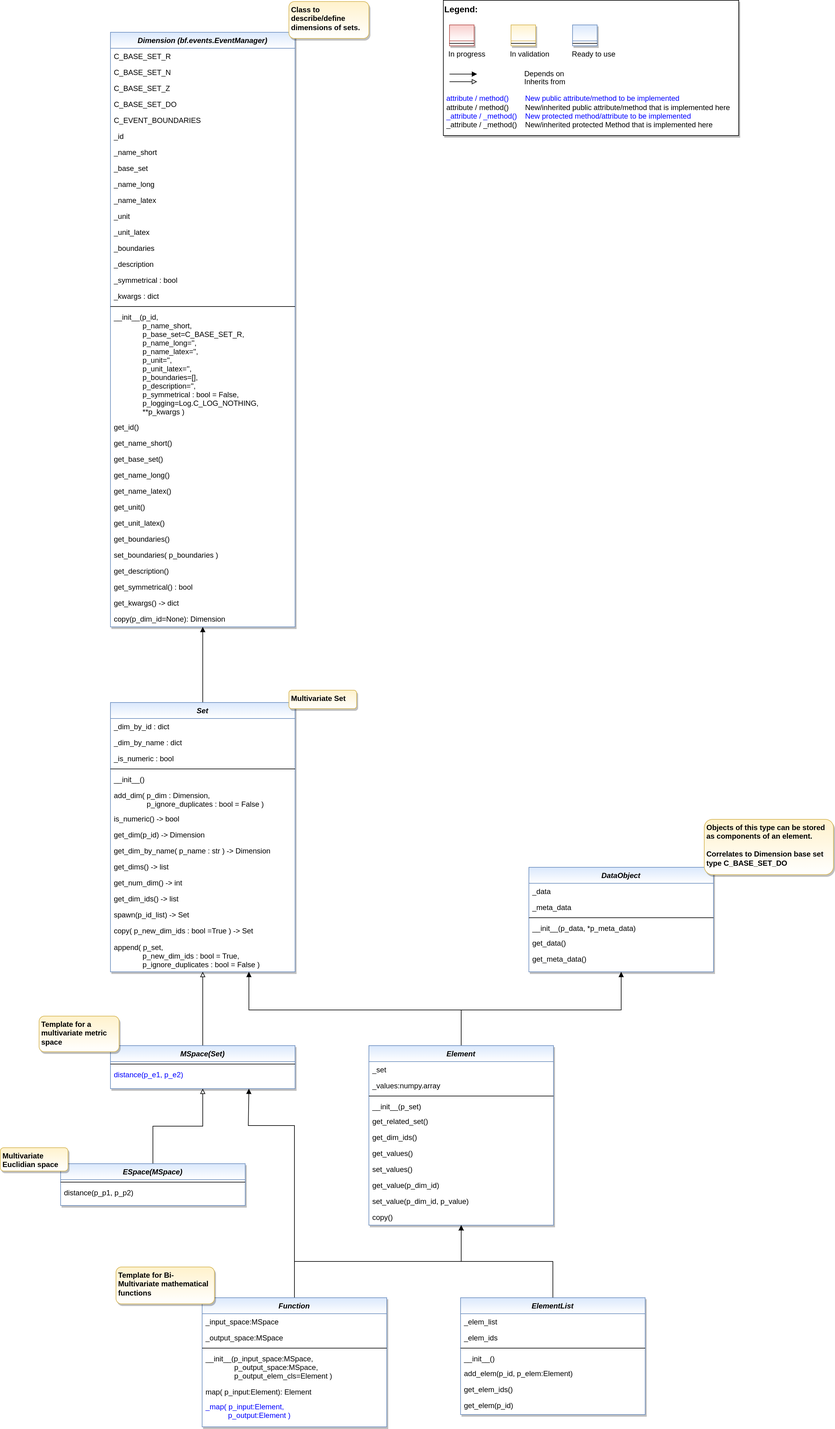
The draw.io diagram doc/rtd/content/04_appendices/appendix2/sub/core/mlpro_bf/layer2_mathematics/images/MLPro-BF-Math_class_diagram.drawio.png in fhswf/MLPro, before a commit. Source tidied: cells renumbered, new cells last; positions are measured from the earlier drawing's top-left corner, leaving out a move shared by most shapes.
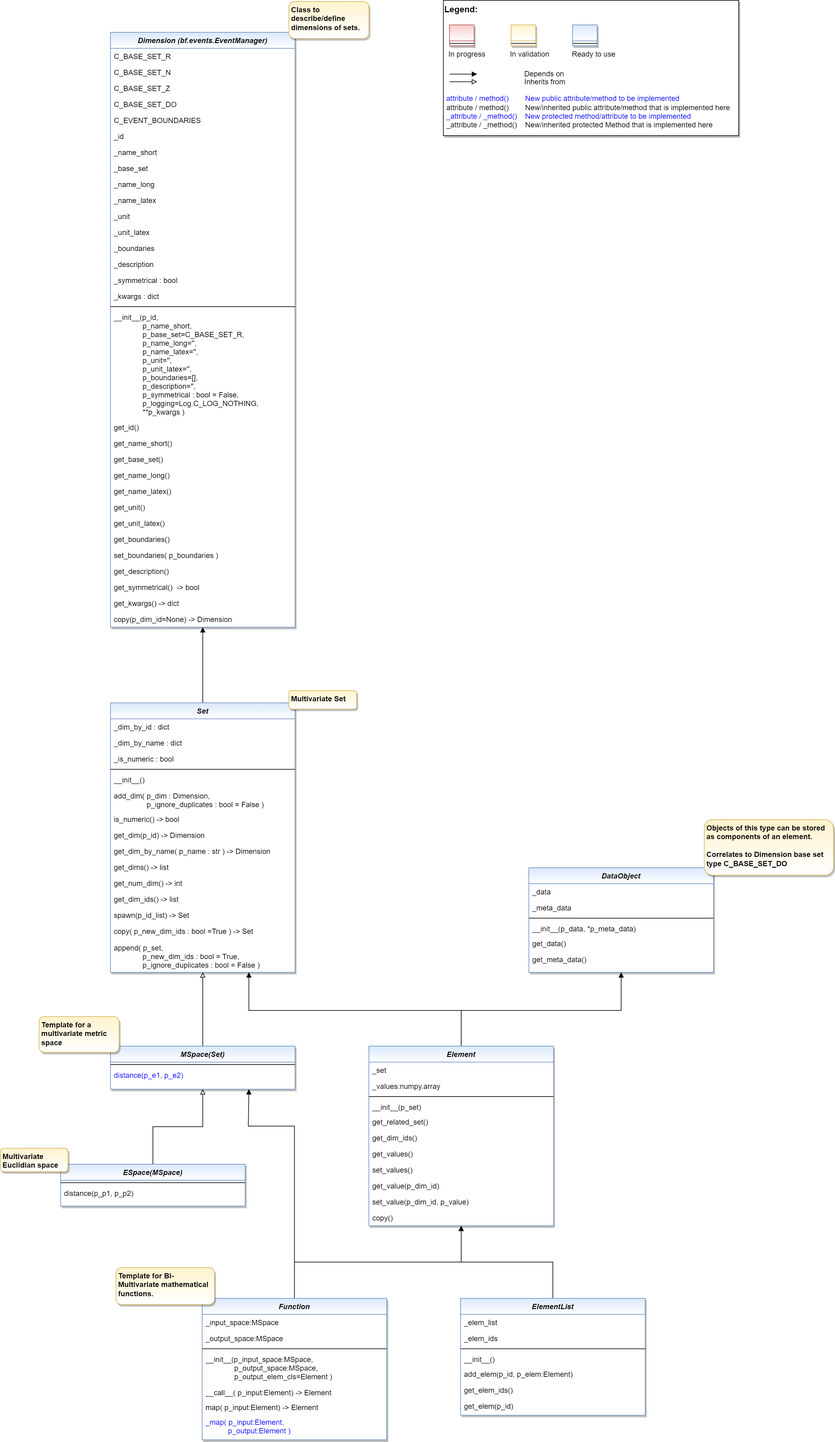
Above is the later version.

Commit message:
Refact: Class BF.Math.Function, new method __call__ #591

The edit, as a diff of the source:
```diff
@@ -140,13 +140,13 @@
     <mxCell id="47" value="get_description()" style="text;align=left;verticalAlign=top;spacingLeft=4;spacingRight=4;overflow=hidden;" parent="19" vertex="1">
       <mxGeometry y="863" width="300" height="26" as="geometry" />
     </mxCell>
-    <mxCell id="48" value="get_symmetrical() : bool" style="text;align=left;verticalAlign=top;spacingLeft=4;spacingRight=4;overflow=hidden;" parent="19" vertex="1">
+    <mxCell id="48" value="get_symmetrical()  -&gt; bool" style="text;align=left;verticalAlign=top;spacingLeft=4;spacingRight=4;overflow=hidden;" parent="19" vertex="1">
       <mxGeometry y="889" width="300" height="26" as="geometry" />
     </mxCell>
     <mxCell id="49" value="get_kwargs() -&gt; dict" style="text;align=left;verticalAlign=top;spacingLeft=4;spacingRight=4;overflow=hidden;" parent="19" vertex="1">
       <mxGeometry y="915" width="300" height="26" as="geometry" />
     </mxCell>
-    <mxCell id="50" value="copy(p_dim_id=None): Dimension" style="text;align=left;verticalAlign=top;spacingLeft=4;spacingRight=4;overflow=hidden;" parent="19" vertex="1">
+    <mxCell id="50" value="copy(p_dim_id=None) -&gt; Dimension" style="text;align=left;verticalAlign=top;spacingLeft=4;spacingRight=4;overflow=hidden;" parent="19" vertex="1">
       <mxGeometry y="941" width="300" height="26" as="geometry" />
     </mxCell>
     <mxCell id="51" style="edgeStyle=orthogonalEdgeStyle;rounded=0;jettySize=auto;html=1;endArrow=block;endFill=0;entryX=0.5;entryY=1;entryDx=0;entryDy=0;" parent="1" edge="1" source="87" target="3">
@@ -326,7 +326,7 @@
       </mxGeometry>
     </mxCell>
     <mxCell id="101" value="Function" style="swimlane;fontStyle=3;align=center;verticalAlign=top;horizontal=1;startSize=26;rounded=0;shadow=1;strokeWidth=1;fillColor=#dae8fc;strokeColor=#6c8ebf;gradientColor=#ffffff;swimlaneFillColor=#ffffff;" parent="1" vertex="1">
-      <mxGeometry x="328" y="2110" width="300" height="210" as="geometry" />
+      <mxGeometry x="328" y="2110" width="300" height="230" as="geometry" />
     </mxCell>
     <mxCell id="102" value="_input_space:MSpace" style="text;align=left;verticalAlign=top;spacingLeft=4;spacingRight=4;overflow=hidden;" parent="101" vertex="1">
       <mxGeometry y="26" width="300" height="26" as="geometry" />
@@ -340,11 +340,14 @@
     <mxCell id="105" value="__init__(p_input_space:MSpace,&#10;              p_output_space:MSpace,&#10;              p_output_elem_cls=Element )" style="text;align=left;verticalAlign=top;spacingLeft=4;spacingRight=4;overflow=hidden;" parent="101" vertex="1">
       <mxGeometry y="86" width="300" height="54" as="geometry" />
     </mxCell>
+    <mxCell id="114" value="__call__( p_input:Element) -&gt; Element" style="text;align=left;verticalAlign=top;spacingLeft=4;spacingRight=4;overflow=hidden;" parent="101" vertex="1">
+      <mxGeometry y="140" width="300" height="24" as="geometry" />
+    </mxCell>
-    <mxCell id="106" value="map( p_input:Element): Element" style="text;align=left;verticalAlign=top;spacingLeft=4;spacingRight=4;overflow=hidden;" parent="101" vertex="1">
-      <mxGeometry y="140" width="300" height="24" as="geometry" />
+    <mxCell id="106" value="map( p_input:Element) -&gt; Element" style="text;align=left;verticalAlign=top;spacingLeft=4;spacingRight=4;overflow=hidden;" parent="101" vertex="1">
+      <mxGeometry y="164" width="300" height="24" as="geometry" />
     </mxCell>
     <mxCell id="107" value="_map( p_input:Element, &#10;           p_output:Element )" style="text;align=left;verticalAlign=top;spacingLeft=4;spacingRight=4;overflow=hidden;fontColor=#0000FF;" parent="101" vertex="1">
-      <mxGeometry y="164" width="300" height="36" as="geometry" />
+      <mxGeometry y="188" width="300" height="36" as="geometry" />
     </mxCell>
     <mxCell id="108" value="&lt;span style=&quot;text-align: center;&quot;&gt;Class to describe/define dimensions of sets.&lt;/span&gt;" style="rounded=1;whiteSpace=wrap;html=1;fillColor=#fff2cc;strokeColor=#d6b656;gradientColor=#FFFFFF;shadow=1;fontStyle=1;align=left;verticalAlign=top;spacingLeft=2;" parent="1" vertex="1">
       <mxGeometry x="469" y="2" width="130" height="60" as="geometry" />
@@ -361,7 +364,7 @@
     <mxCell id="112" value="&lt;span style=&quot;text-align: center;&quot;&gt;Multivariate&lt;/span&gt;&lt;br style=&quot;text-align: center;&quot;&gt;&lt;span style=&quot;text-align: center;&quot;&gt;Euclidian space&lt;/span&gt;" style="rounded=1;whiteSpace=wrap;html=1;fillColor=#fff2cc;strokeColor=#d6b656;gradientColor=#FFFFFF;shadow=1;fontStyle=1;align=left;verticalAlign=top;spacingLeft=2;" parent="1" vertex="1">
       <mxGeometry y="1866" width="110" height="38" as="geometry" />
     </mxCell>
-    <mxCell id="113" value="&lt;span style=&quot;text-align: center;&quot;&gt;Template for&amp;nbsp;&lt;/span&gt;&lt;span style=&quot;text-align: center;&quot;&gt;Bi-Multivariate mathematical&amp;nbsp; functions&amp;nbsp;&lt;/span&gt;" style="rounded=1;whiteSpace=wrap;html=1;fillColor=#fff2cc;strokeColor=#d6b656;gradientColor=#FFFFFF;shadow=1;fontStyle=1;align=left;verticalAlign=top;spacingLeft=2;" parent="1" vertex="1">
+    <mxCell id="113" value="&lt;span style=&quot;text-align: center;&quot;&gt;Template for&amp;nbsp;&lt;/span&gt;&lt;span style=&quot;text-align: center;&quot;&gt;Bi-Multivariate mathematical&amp;nbsp; functions.&amp;nbsp;&lt;/span&gt;" style="rounded=1;whiteSpace=wrap;html=1;fillColor=#fff2cc;strokeColor=#d6b656;gradientColor=#FFFFFF;shadow=1;fontStyle=1;align=left;verticalAlign=top;spacingLeft=2;" parent="1" vertex="1">
       <mxGeometry x="188" y="2060" width="160" height="60" as="geometry" />
     </mxCell>
   </root>
```
